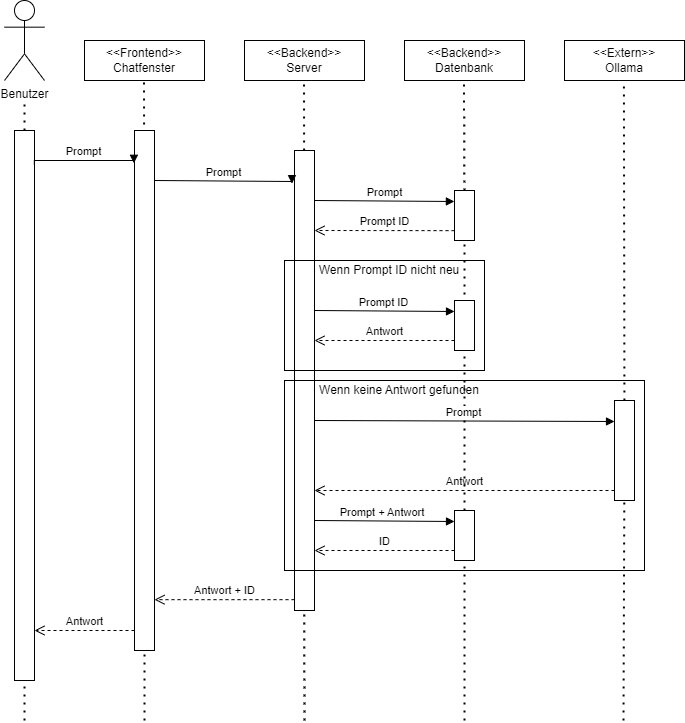
This is diagramms/Sequenz-Prompt.drawio.png from ZesNy02/Jupiter, a draw.io export, as it was before one commit. Source tidied: cells renumbered, new cells last; positions are measured from the earlier drawing's top-left corner, leaving out a move shared by most shapes.
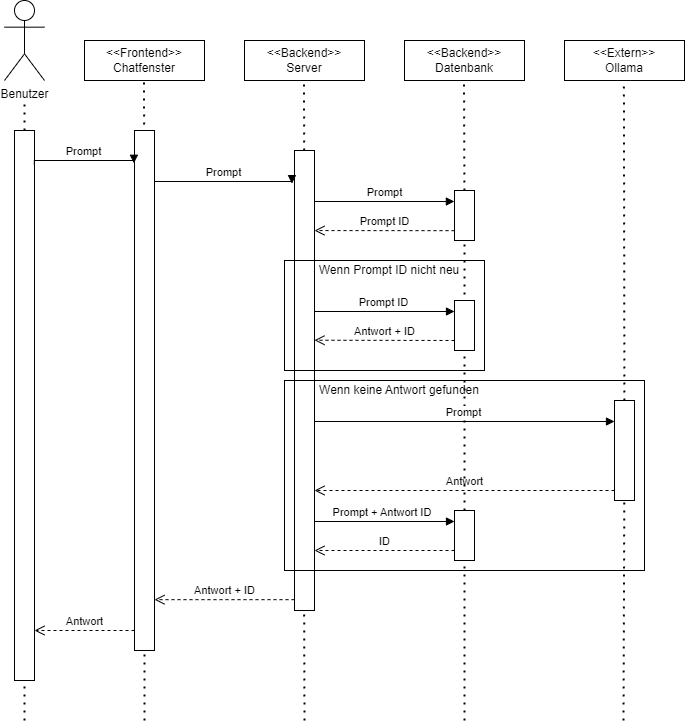
After the commit.

The edit, as a diff of the source:
```diff
@@ -132,7 +132,7 @@
         </Array>
       </mxGeometry>
     </mxCell>
-    <mxCell id="28" value="Prompt + Antwort&amp;nbsp;" style="html=1;verticalAlign=bottom;endArrow=block;edgeStyle=elbowEdgeStyle;elbow=vertical;curved=0;rounded=0;exitX=0.991;exitY=0.062;exitDx=0;exitDy=0;exitPerimeter=0;" parent="1" edge="1" target="18">
+    <mxCell id="28" value="Prompt + Antwort ID&amp;nbsp;" style="html=1;verticalAlign=bottom;endArrow=block;edgeStyle=elbowEdgeStyle;elbow=vertical;curved=0;rounded=0;exitX=0.991;exitY=0.062;exitDx=0;exitDy=0;exitPerimeter=0;" parent="1" edge="1" target="18">
       <mxGeometry relative="1" as="geometry">
         <mxPoint x="310" y="520" as="sourcePoint" />
         <Array as="points">
@@ -174,7 +174,7 @@
         </Array>
       </mxGeometry>
     </mxCell>
-    <mxCell id="36" value="Antwort" style="html=1;verticalAlign=bottom;endArrow=open;dashed=1;endSize=8;edgeStyle=elbowEdgeStyle;elbow=vertical;curved=0;rounded=0;entryX=0.908;entryY=0.629;entryDx=0;entryDy=0;entryPerimeter=0;exitX=0.001;exitY=0.803;exitDx=0;exitDy=0;exitPerimeter=0;" parent="1" edge="1">
+    <mxCell id="36" value="Antwort + ID" style="html=1;verticalAlign=bottom;endArrow=open;dashed=1;endSize=8;edgeStyle=elbowEdgeStyle;elbow=vertical;curved=0;rounded=0;entryX=0.908;entryY=0.629;entryDx=0;entryDy=0;entryPerimeter=0;exitX=0.001;exitY=0.803;exitDx=0;exitDy=0;exitPerimeter=0;" parent="1" edge="1">
       <mxGeometry relative="1" as="geometry">
         <mxPoint x="450" y="340" as="sourcePoint" />
         <mxPoint x="310" y="340" as="targetPoint" />
```
